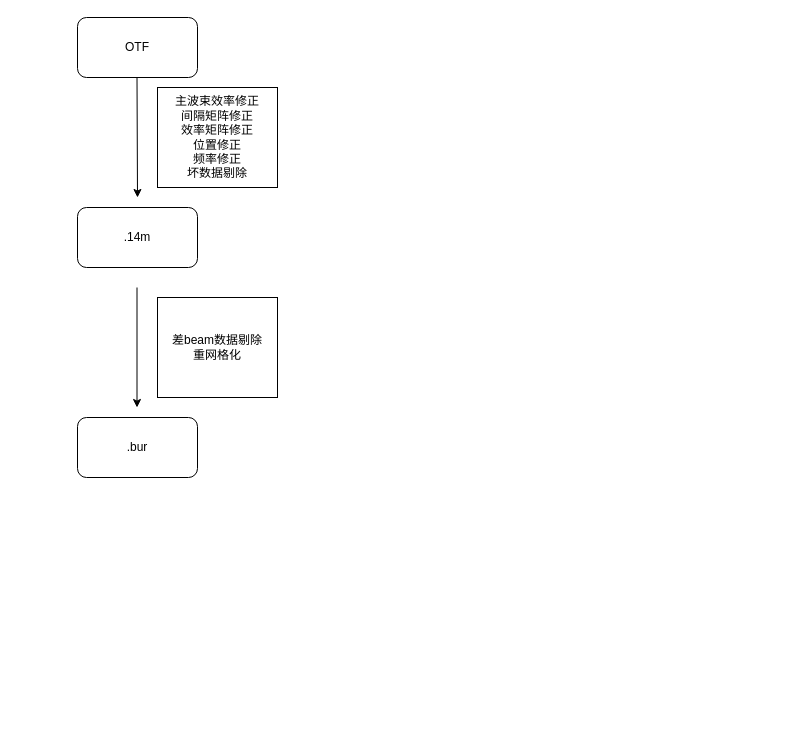
This is Untitled Diagram.drawio from luoluo19550418/drawio, a draw.io file, before an edit. Source tidied: cells renumbered, new cells numbered last; positions are measured from the earlier drawing's top-left corner, leaving out a move shared by most shapes. Both pictures are drawn from the tidied source at 100%, with x=0, y=0 at pixel (77, 17).
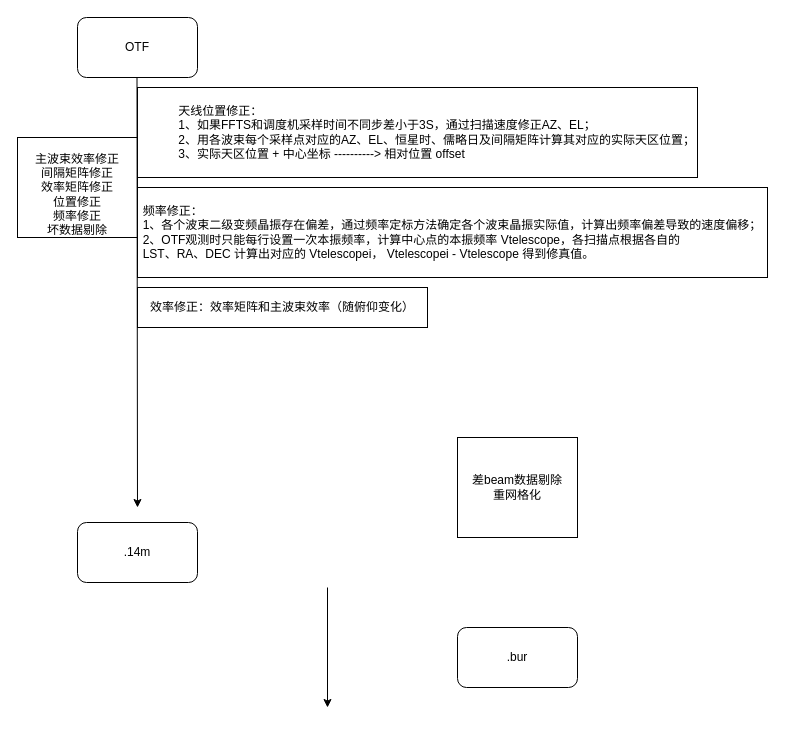
Above is the later version.

Change to the diagram source:
```diff
@@
 <mxGraphModel>
   <root>
     <mxCell id="0" />
     <mxCell id="1" parent="0" />
-    <mxCell id="2" value="主波束效率修正&lt;br&gt;间隔矩阵修正&lt;br&gt;效率矩阵修正&lt;br&gt;位置修正&lt;br&gt;频率修正&lt;br&gt;坏数据剔除" style="rounded=0;whiteSpace=wrap;html=1;" parent="1" vertex="1">
-      <mxGeometry x="80" y="70" width="120" height="100" as="geometry" />
+    <mxCell id="2" value="&lt;br&gt;主波束效率修正&lt;br&gt;间隔矩阵修正&lt;br&gt;效率矩阵修正&lt;br&gt;位置修正&lt;br&gt;频率修正&lt;br&gt;坏数据剔除" style="rounded=0;whiteSpace=wrap;html=1;" parent="1" vertex="1">
+      <mxGeometry x="-60" y="120" width="120" height="100" as="geometry" />
     </mxCell>
     <mxCell id="3" style="endArrow=classic;html=1;" parent="1" edge="1">
       <mxGeometry relative="1" as="geometry">
         <mxPoint x="59.5" y="60" as="sourcePoint" />
-        <mxPoint x="60" y="180" as="targetPoint" />
+        <mxPoint x="60" y="490" as="targetPoint" />
       </mxGeometry>
     </mxCell>
     <mxCell id="4" value="差beam数据剔除&lt;br&gt;重网格化" style="rounded=0;whiteSpace=wrap;html=1;" parent="1" vertex="1">
-      <mxGeometry x="80" y="280" width="120" height="100" as="geometry" />
+      <mxGeometry x="380" y="420" width="120" height="100" as="geometry" />
     </mxCell>
     <mxCell id="5" value="&lt;span&gt;OTF&lt;/span&gt;" style="rounded=1;whiteSpace=wrap;html=1;" parent="1" vertex="1">
       <mxGeometry width="120" height="60" as="geometry" />
     </mxCell>
     <mxCell id="6" value=".14m" style="rounded=1;whiteSpace=wrap;html=1;" parent="1" vertex="1">
-      <mxGeometry y="190" width="120" height="60" as="geometry" />
+      <mxGeometry y="505" width="120" height="60" as="geometry" />
     </mxCell>
     <mxCell id="7" value=".bur" style="rounded=1;whiteSpace=wrap;html=1;" parent="1" vertex="1">
-      <mxGeometry y="400" width="120" height="60" as="geometry" />
+      <mxGeometry x="380" y="610" width="120" height="60" as="geometry" />
     </mxCell>
     <mxCell id="8" style="endArrow=classic;html=1;" parent="1" edge="1">
       <mxGeometry relative="1" as="geometry">
-        <mxPoint x="59.5" y="270" as="sourcePoint" />
-        <mxPoint x="59.5" y="390" as="targetPoint" />
+        <mxPoint x="250" y="570" as="sourcePoint" />
+        <mxPoint x="250" y="690" as="targetPoint" />
       </mxGeometry>
     </mxCell>
+    <mxCell id="9" value="&lt;div style=&quot;text-align: justify&quot;&gt;&lt;span&gt;天线位置修正：&lt;/span&gt;&lt;/div&gt;&lt;div style=&quot;text-align: justify&quot;&gt;&lt;span&gt;1、如果FFTS和调度机采样时间不同步差小于3S，通过扫描速度修正AZ、EL；&lt;/span&gt;&lt;/div&gt;&lt;div style=&quot;text-align: justify&quot;&gt;&lt;span&gt;2、用各波束每个采样点对应的AZ、EL、恒星时、儒略日及间隔矩阵计算其对应的实际天区位置；&lt;/span&gt;&lt;/div&gt;&lt;div style=&quot;text-align: justify&quot;&gt;&lt;span&gt;3、实际天区位置 + 中心坐标 ----------&amp;gt; 相对位置 offset&lt;/span&gt;&lt;/div&gt;" style="rounded=0;whiteSpace=wrap;html=1;align=right;" parent="1" vertex="1">
+      <mxGeometry x="60" y="70" width="560" height="90" as="geometry" />
+    </mxCell>
+    <mxCell id="10" value="&lt;div style=&quot;text-align: justify&quot;&gt;&lt;span&gt;&lt;br&gt;&lt;/span&gt;&lt;/div&gt;&lt;div style=&quot;text-align: justify&quot;&gt;&lt;span&gt;&lt;br&gt;&lt;/span&gt;&lt;/div&gt;&lt;div style=&quot;text-align: justify&quot;&gt;&lt;span&gt;&lt;br&gt;&lt;/span&gt;&lt;/div&gt;&lt;div style=&quot;text-align: justify&quot;&gt;&lt;span&gt;&lt;br&gt;&lt;/span&gt;&lt;/div&gt;&lt;div style=&quot;text-align: justify&quot;&gt;&lt;span&gt;频率修正：&lt;/span&gt;&lt;br&gt;&lt;span&gt;1、各个波束二级变频晶振存在偏差，通过频率定标方法确定各个波束晶振实际值，计算出频率偏差导致的速度偏移；&lt;/span&gt;&lt;br&gt;&lt;span&gt;2、OTF观测时只能每行设置一次本振频率，计算中心点的本振频率 Vtelescope，&lt;/span&gt;&lt;span&gt;各扫描点根据各自的&amp;nbsp;&lt;/span&gt;&lt;br&gt;&lt;span&gt;LST、RA、DEC 计算出对应的 Vtelescopei，&lt;/span&gt;&lt;span&gt;&amp;nbsp;Vtelescopei - Vtelescope 得到修真值。&lt;/span&gt;&lt;br&gt;&lt;br&gt;&lt;br&gt;&lt;span&gt;&amp;nbsp;&lt;/span&gt;&lt;br&gt;&lt;/div&gt;&lt;span&gt;&lt;div style=&quot;text-align: justify&quot;&gt;&lt;br&gt;&lt;/div&gt;&lt;/span&gt;" style="rounded=0;whiteSpace=wrap;html=1;align=center;" parent="1" vertex="1">
+      <mxGeometry x="60" y="170" width="630" height="90" as="geometry" />
+    </mxCell>
+    <mxCell id="11" value="效率修正：效率矩阵和主波束效率（随俯仰变化）" style="rounded=0;whiteSpace=wrap;html=1;" parent="1" vertex="1">
+      <mxGeometry x="60" y="270" width="290" height="40" as="geometry" />
+    </mxCell>
   </root>
 </mxGraphModel>
```
